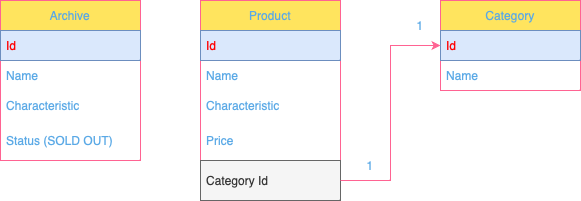
This is docs/DatabaseGraph.drawio.png from VyacheslavShrot/online_store_2023, a draw.io export, as it was before one commit. Source tidied: cells renumbered, new cells last; positions are measured from the earlier drawing's top-left corner, leaving out a move shared by most shapes. Its diagram source:
```xml
<mxGraphModel>
  <root>
    <mxCell id="0" />
    <mxCell id="1" parent="0" />
    <mxCell id="2" value="Product" style="swimlane;fontStyle=0;horizontal=1;startSize=30;whiteSpace=wrap;html=1;labelBackgroundColor=none;fillColor=#FFE45E;strokeColor=#FF6392;fontColor=#5AA9E6;" parent="1" vertex="1">
      <mxGeometry x="200" width="140" height="200" as="geometry" />
    </mxCell>
    <mxCell id="3" value="Id" style="text;strokeColor=#6c8ebf;fillColor=#dae8fc;align=left;verticalAlign=middle;spacingLeft=4;spacingRight=4;overflow=hidden;whiteSpace=wrap;html=1;labelBackgroundColor=none;fontColor=#FF0000;" parent="2" vertex="1">
      <mxGeometry y="30" width="140" height="30" as="geometry" />
    </mxCell>
    <mxCell id="4" value="Name" style="text;strokeColor=none;fillColor=none;align=left;verticalAlign=middle;spacingLeft=4;spacingRight=4;overflow=hidden;whiteSpace=wrap;html=1;labelBackgroundColor=none;fontColor=#5AA9E6;" parent="2" vertex="1">
      <mxGeometry y="60" width="140" height="30" as="geometry" />
    </mxCell>
    <mxCell id="5" value="Characteristic" style="text;strokeColor=none;fillColor=none;align=left;verticalAlign=middle;spacingLeft=4;spacingRight=4;overflow=hidden;whiteSpace=wrap;html=1;labelBackgroundColor=none;fontColor=#5AA9E6;" parent="2" vertex="1">
      <mxGeometry y="90" width="140" height="30" as="geometry" />
    </mxCell>
    <mxCell id="6" value="Price" style="text;strokeColor=none;fillColor=none;align=left;verticalAlign=middle;spacingLeft=4;spacingRight=4;overflow=hidden;whiteSpace=wrap;html=1;labelBackgroundColor=none;fontColor=#5AA9E6;" parent="2" vertex="1">
      <mxGeometry y="120" width="140" height="40" as="geometry" />
    </mxCell>
    <mxCell id="7" value="Category Id" style="text;align=left;verticalAlign=middle;spacingLeft=4;spacingRight=4;overflow=hidden;points=[[0,0.5],[1,0.5]];portConstraint=eastwest;whiteSpace=wrap;html=1;labelBackgroundColor=none;fillColor=#f5f5f5;fontColor=#333333;strokeColor=#666666;" parent="2" vertex="1">
      <mxGeometry y="160" width="140" height="40" as="geometry" />
    </mxCell>
    <mxCell id="8" value="Category" style="swimlane;fontStyle=0;horizontal=1;startSize=30;whiteSpace=wrap;html=1;labelBackgroundColor=none;fillColor=#FFE45E;strokeColor=#FF6392;fontColor=#5AA9E6;" parent="1" vertex="1">
      <mxGeometry x="440" width="140" height="90" as="geometry" />
    </mxCell>
    <mxCell id="9" value="Id" style="text;strokeColor=#6c8ebf;fillColor=#dae8fc;align=left;verticalAlign=middle;spacingLeft=4;spacingRight=4;overflow=hidden;points=[[0,0.5],[1,0.5]];portConstraint=eastwest;whiteSpace=wrap;html=1;labelBackgroundColor=none;fontColor=#FF0000;" parent="8" vertex="1">
      <mxGeometry y="30" width="140" height="30" as="geometry" />
    </mxCell>
    <mxCell id="10" value="Name" style="text;strokeColor=none;fillColor=none;align=left;verticalAlign=middle;spacingLeft=4;spacingRight=4;overflow=hidden;whiteSpace=wrap;html=1;labelBackgroundColor=none;fontColor=#5AA9E6;" parent="8" vertex="1">
      <mxGeometry y="60" width="140" height="30" as="geometry" />
    </mxCell>
    <mxCell id="11" style="edgeStyle=orthogonalEdgeStyle;rounded=0;jettySize=auto;html=1;strokeColor=#FF6392;fontColor=#5AA9E6;fillColor=#FFE45E;" parent="1" edge="1" source="7" target="9">
      <mxGeometry relative="1" as="geometry" />
    </mxCell>
    <mxCell id="12" value="1" style="text;html=1;strokeColor=none;fillColor=none;align=center;verticalAlign=middle;whiteSpace=wrap;rounded=0;fontColor=#5AA9E6;" parent="1" vertex="1">
      <mxGeometry x="340" y="150" width="60" height="30" as="geometry" />
    </mxCell>
    <mxCell id="13" value="1" style="text;html=1;strokeColor=none;fillColor=none;align=center;verticalAlign=middle;whiteSpace=wrap;rounded=0;fontColor=#5AA9E6;" parent="1" vertex="1">
      <mxGeometry x="390" y="10" width="60" height="30" as="geometry" />
    </mxCell>
    <mxCell id="14" value="Archive" style="swimlane;fontStyle=0;horizontal=1;startSize=30;whiteSpace=wrap;html=1;strokeColor=#FF6392;fontColor=#5AA9E6;fillColor=#FFE45E;" parent="1" vertex="1">
      <mxGeometry width="140" height="160" as="geometry" />
    </mxCell>
    <mxCell id="15" value="Id" style="text;strokeColor=#6c8ebf;fillColor=#dae8fc;align=left;verticalAlign=middle;spacingLeft=4;spacingRight=4;overflow=hidden;whiteSpace=wrap;html=1;fontColor=#FF0000;" parent="14" vertex="1">
      <mxGeometry y="30" width="140" height="30" as="geometry" />
    </mxCell>
    <mxCell id="16" value="Name" style="text;strokeColor=none;fillColor=none;align=left;verticalAlign=middle;spacingLeft=4;spacingRight=4;overflow=hidden;whiteSpace=wrap;html=1;fontColor=#5AA9E6;" parent="14" vertex="1">
      <mxGeometry y="60" width="140" height="30" as="geometry" />
    </mxCell>
    <mxCell id="17" value="Characteristic" style="text;strokeColor=none;fillColor=none;align=left;verticalAlign=middle;spacingLeft=4;spacingRight=4;overflow=hidden;whiteSpace=wrap;html=1;fontColor=#5AA9E6;" parent="14" vertex="1">
      <mxGeometry y="90" width="140" height="30" as="geometry" />
    </mxCell>
    <mxCell id="18" value="Status (SOLD OUT)" style="text;strokeColor=none;fillColor=none;align=left;verticalAlign=middle;spacingLeft=4;spacingRight=4;overflow=hidden;whiteSpace=wrap;html=1;fontColor=#5AA9E6;" parent="14" vertex="1">
      <mxGeometry y="120" width="140" height="40" as="geometry" />
    </mxCell>
  </root>
</mxGraphModel>
```
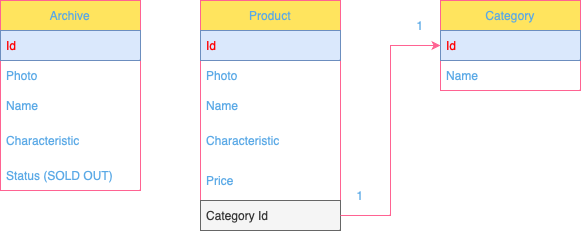
The same file after the commit.

What changed in the source:
```diff
@@ -3,23 +3,26 @@
     <mxCell id="0" />
     <mxCell id="1" parent="0" />
     <mxCell id="2" value="Product" style="swimlane;fontStyle=0;horizontal=1;startSize=30;whiteSpace=wrap;html=1;labelBackgroundColor=none;fillColor=#FFE45E;strokeColor=#FF6392;fontColor=#5AA9E6;" parent="1" vertex="1">
-      <mxGeometry x="200" width="140" height="200" as="geometry" />
+      <mxGeometry x="200" width="140" height="230" as="geometry" />
     </mxCell>
     <mxCell id="3" value="Id" style="text;strokeColor=#6c8ebf;fillColor=#dae8fc;align=left;verticalAlign=middle;spacingLeft=4;spacingRight=4;overflow=hidden;whiteSpace=wrap;html=1;labelBackgroundColor=none;fontColor=#FF0000;" parent="2" vertex="1">
       <mxGeometry y="30" width="140" height="30" as="geometry" />
     </mxCell>
-    <mxCell id="4" value="Name" style="text;strokeColor=none;fillColor=none;align=left;verticalAlign=middle;spacingLeft=4;spacingRight=4;overflow=hidden;whiteSpace=wrap;html=1;labelBackgroundColor=none;fontColor=#5AA9E6;" parent="2" vertex="1">
+    <mxCell id="4" value="Photo" style="text;strokeColor=none;fillColor=none;align=left;verticalAlign=middle;spacingLeft=4;spacingRight=4;overflow=hidden;whiteSpace=wrap;html=1;labelBackgroundColor=none;fontColor=#5AA9E6;" parent="2" vertex="1">
       <mxGeometry y="60" width="140" height="30" as="geometry" />
     </mxCell>
-    <mxCell id="5" value="Characteristic" style="text;strokeColor=none;fillColor=none;align=left;verticalAlign=middle;spacingLeft=4;spacingRight=4;overflow=hidden;whiteSpace=wrap;html=1;labelBackgroundColor=none;fontColor=#5AA9E6;" parent="2" vertex="1">
+    <mxCell id="5" value="Name" style="text;strokeColor=none;fillColor=none;align=left;verticalAlign=middle;spacingLeft=4;spacingRight=4;overflow=hidden;whiteSpace=wrap;html=1;labelBackgroundColor=none;fontColor=#5AA9E6;" parent="2" vertex="1">
       <mxGeometry y="90" width="140" height="30" as="geometry" />
     </mxCell>
-    <mxCell id="6" value="Price" style="text;strokeColor=none;fillColor=none;align=left;verticalAlign=middle;spacingLeft=4;spacingRight=4;overflow=hidden;whiteSpace=wrap;html=1;labelBackgroundColor=none;fontColor=#5AA9E6;" parent="2" vertex="1">
+    <mxCell id="6" value="Characteristic" style="text;strokeColor=none;fillColor=none;align=left;verticalAlign=middle;spacingLeft=4;spacingRight=4;overflow=hidden;whiteSpace=wrap;html=1;labelBackgroundColor=none;fontColor=#5AA9E6;" parent="2" vertex="1">
       <mxGeometry y="120" width="140" height="40" as="geometry" />
     </mxCell>
-    <mxCell id="7" value="Category Id" style="text;align=left;verticalAlign=middle;spacingLeft=4;spacingRight=4;overflow=hidden;points=[[0,0.5],[1,0.5]];portConstraint=eastwest;whiteSpace=wrap;html=1;labelBackgroundColor=none;fillColor=#f5f5f5;fontColor=#333333;strokeColor=#666666;" parent="2" vertex="1">
+    <mxCell id="7" value="Price" style="text;align=left;verticalAlign=middle;spacingLeft=4;spacingRight=4;overflow=hidden;points=[[0,0.5],[1,0.5]];portConstraint=eastwest;whiteSpace=wrap;html=1;labelBackgroundColor=none;fontColor=#5AA9E6;" parent="2" vertex="1">
       <mxGeometry y="160" width="140" height="40" as="geometry" />
     </mxCell>
+    <mxCell id="19" value="Category Id" style="text;strokeColor=#666666;fillColor=#f5f5f5;align=left;verticalAlign=middle;spacingLeft=4;spacingRight=4;overflow=hidden;points=[[0,0.5],[1,0.5]];portConstraint=eastwest;whiteSpace=wrap;html=1;labelBackgroundColor=none;fontColor=#333333;" parent="2" vertex="1">
+      <mxGeometry y="200" width="140" height="30" as="geometry" />
+    </mxCell>
     <mxCell id="8" value="Category" style="swimlane;fontStyle=0;horizontal=1;startSize=30;whiteSpace=wrap;html=1;labelBackgroundColor=none;fillColor=#FFE45E;strokeColor=#FF6392;fontColor=#5AA9E6;" parent="1" vertex="1">
       <mxGeometry x="440" width="140" height="90" as="geometry" />
     </mxCell>
@@ -29,29 +32,32 @@
     <mxCell id="10" value="Name" style="text;strokeColor=none;fillColor=none;align=left;verticalAlign=middle;spacingLeft=4;spacingRight=4;overflow=hidden;whiteSpace=wrap;html=1;labelBackgroundColor=none;fontColor=#5AA9E6;" parent="8" vertex="1">
       <mxGeometry y="60" width="140" height="30" as="geometry" />
     </mxCell>
-    <mxCell id="11" style="edgeStyle=orthogonalEdgeStyle;rounded=0;jettySize=auto;html=1;strokeColor=#FF6392;fontColor=#5AA9E6;fillColor=#FFE45E;" parent="1" edge="1" source="7" target="9">
-      <mxGeometry relative="1" as="geometry" />
-    </mxCell>
     <mxCell id="12" value="1" style="text;html=1;strokeColor=none;fillColor=none;align=center;verticalAlign=middle;whiteSpace=wrap;rounded=0;fontColor=#5AA9E6;" parent="1" vertex="1">
-      <mxGeometry x="340" y="150" width="60" height="30" as="geometry" />
+      <mxGeometry x="330" y="180" width="60" height="30" as="geometry" />
     </mxCell>
     <mxCell id="13" value="1" style="text;html=1;strokeColor=none;fillColor=none;align=center;verticalAlign=middle;whiteSpace=wrap;rounded=0;fontColor=#5AA9E6;" parent="1" vertex="1">
       <mxGeometry x="390" y="10" width="60" height="30" as="geometry" />
     </mxCell>
     <mxCell id="14" value="Archive" style="swimlane;fontStyle=0;horizontal=1;startSize=30;whiteSpace=wrap;html=1;strokeColor=#FF6392;fontColor=#5AA9E6;fillColor=#FFE45E;" parent="1" vertex="1">
-      <mxGeometry width="140" height="160" as="geometry" />
+      <mxGeometry width="140" height="190" as="geometry" />
     </mxCell>
     <mxCell id="15" value="Id" style="text;strokeColor=#6c8ebf;fillColor=#dae8fc;align=left;verticalAlign=middle;spacingLeft=4;spacingRight=4;overflow=hidden;whiteSpace=wrap;html=1;fontColor=#FF0000;" parent="14" vertex="1">
       <mxGeometry y="30" width="140" height="30" as="geometry" />
     </mxCell>
-    <mxCell id="16" value="Name" style="text;strokeColor=none;fillColor=none;align=left;verticalAlign=middle;spacingLeft=4;spacingRight=4;overflow=hidden;whiteSpace=wrap;html=1;fontColor=#5AA9E6;" parent="14" vertex="1">
+    <mxCell id="16" value="Photo" style="text;strokeColor=none;fillColor=none;align=left;verticalAlign=middle;spacingLeft=4;spacingRight=4;overflow=hidden;whiteSpace=wrap;html=1;fontColor=#5AA9E6;" parent="14" vertex="1">
       <mxGeometry y="60" width="140" height="30" as="geometry" />
     </mxCell>
-    <mxCell id="17" value="Characteristic" style="text;strokeColor=none;fillColor=none;align=left;verticalAlign=middle;spacingLeft=4;spacingRight=4;overflow=hidden;whiteSpace=wrap;html=1;fontColor=#5AA9E6;" parent="14" vertex="1">
+    <mxCell id="17" value="Name" style="text;strokeColor=none;fillColor=none;align=left;verticalAlign=middle;spacingLeft=4;spacingRight=4;overflow=hidden;whiteSpace=wrap;html=1;fontColor=#5AA9E6;" parent="14" vertex="1">
       <mxGeometry y="90" width="140" height="30" as="geometry" />
     </mxCell>
-    <mxCell id="18" value="Status (SOLD OUT)" style="text;strokeColor=none;fillColor=none;align=left;verticalAlign=middle;spacingLeft=4;spacingRight=4;overflow=hidden;whiteSpace=wrap;html=1;fontColor=#5AA9E6;" parent="14" vertex="1">
+    <mxCell id="18" value="Characteristic" style="text;strokeColor=none;fillColor=none;align=left;verticalAlign=middle;spacingLeft=4;spacingRight=4;overflow=hidden;whiteSpace=wrap;html=1;fontColor=#5AA9E6;" parent="14" vertex="1">
       <mxGeometry y="120" width="140" height="40" as="geometry" />
     </mxCell>
+    <mxCell id="20" value="Status (SOLD OUT)" style="text;strokeColor=none;fillColor=none;align=left;verticalAlign=middle;spacingLeft=4;spacingRight=4;overflow=hidden;whiteSpace=wrap;html=1;fontColor=#5AA9E6;" parent="14" vertex="1">
+      <mxGeometry y="160" width="140" height="30" as="geometry" />
+    </mxCell>
+    <mxCell id="21" style="edgeStyle=orthogonalEdgeStyle;rounded=0;jettySize=auto;html=1;entryX=0;entryY=0.5;entryDx=0;entryDy=0;strokeColor=#FF6392;fontColor=#5AA9E6;fillColor=#FFE45E;" parent="1" edge="1" source="19" target="9">
+      <mxGeometry relative="1" as="geometry" />
+    </mxCell>
   </root>
 </mxGraphModel>
```
